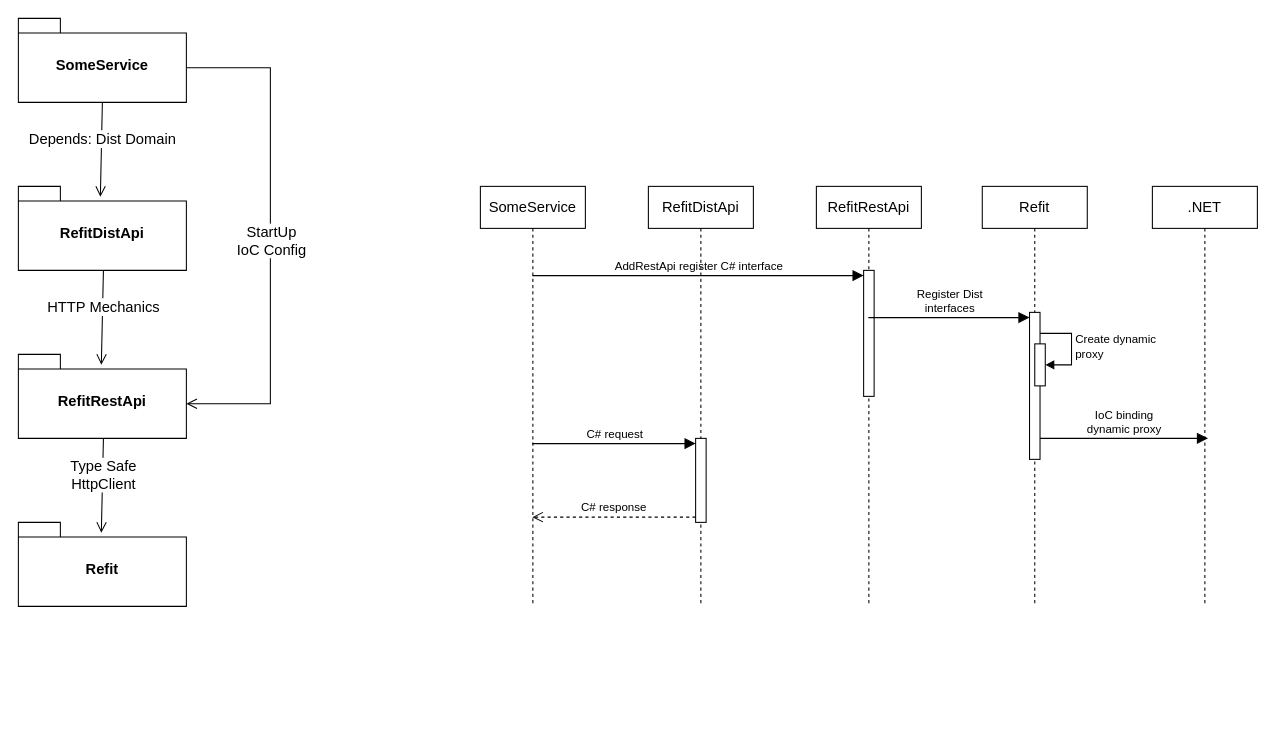
This is Untitled Diagram.drawio from lrskyum/Blazing, a draw.io file, before an edit. Source tidied: cells renumbered, new cells numbered last; positions are measured from the earlier drawing's top-left corner, leaving out a move shared by most shapes. Both pictures are drawn from the tidied source at 105%, with x=0, y=0 at pixel (18, 18).
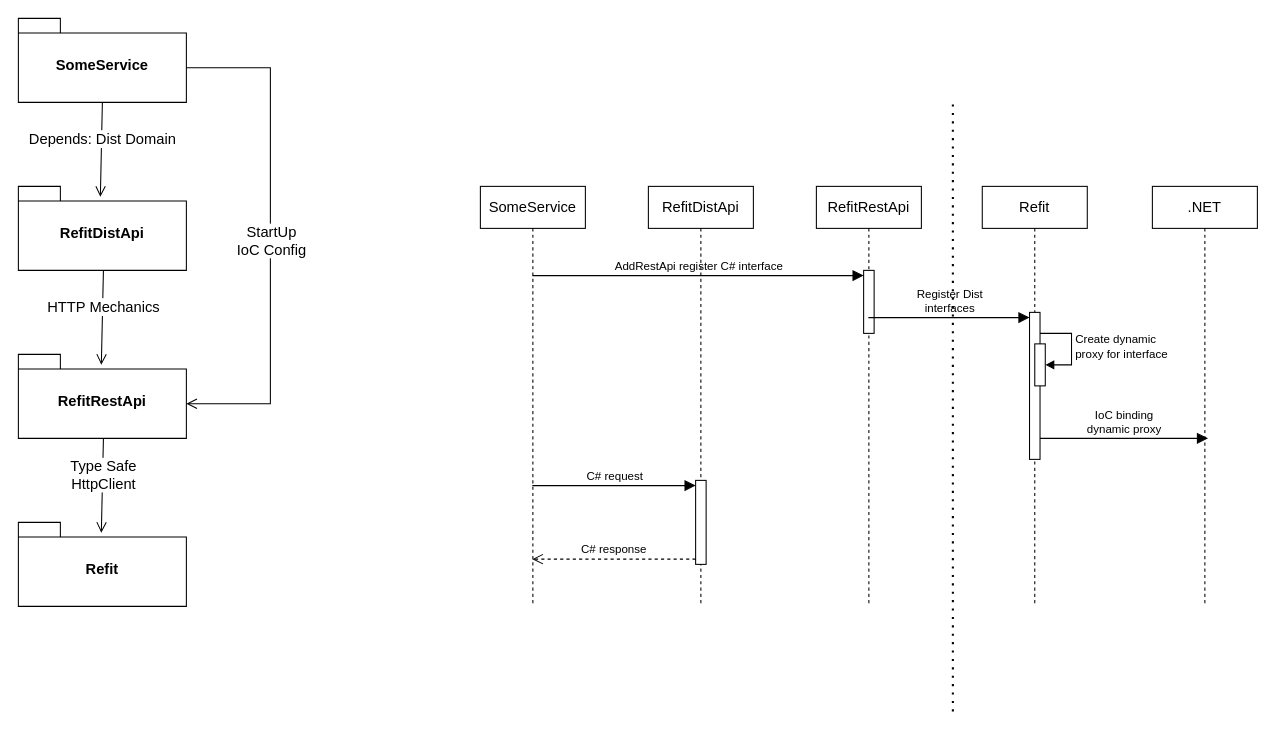
After the change.

The change refers to these unchanged cells:
```xml
<mxCell id="12" value="RefitDistApi" style="shape=umlLifeline;perimeter=lifelinePerimeter;whiteSpace=wrap;html=1;newEdgeStyle={&quot;curved&quot;:0,&quot;rounded&quot;:0};fontFamily=Helvetica;fontSize=14;fontColor=default;labelBackgroundColor=none;" parent="1" vertex="1">
  <mxGeometry x="600" y="160" width="100" height="400" as="geometry" />
</mxCell>
<mxCell id="16" value="RefitRestApi" style="shape=umlLifeline;perimeter=lifelinePerimeter;whiteSpace=wrap;html=1;outlineConnect=0;portConstraint=eastwest;newEdgeStyle={&quot;curved&quot;:0,&quot;rounded&quot;:0};fontFamily=Helvetica;fontSize=14;fontColor=default;labelBackgroundColor=none;" parent="1" vertex="1">
  <mxGeometry x="760" y="160" width="100" height="400" as="geometry" />
</mxCell>
<mxCell id="19" value="Refit" style="shape=umlLifeline;perimeter=lifelinePerimeter;whiteSpace=wrap;html=1;newEdgeStyle={&quot;curved&quot;:0,&quot;rounded&quot;:0};fontFamily=Helvetica;fontSize=14;fontColor=default;labelBackgroundColor=none;" parent="1" vertex="1">
  <mxGeometry x="918" y="160" width="100" height="400" as="geometry" />
</mxCell>
<mxCell id="21" style="html=1;points=[[0,0,0,0,5],[0,1,0,0,-5],[1,0,0,0,5],[1,1,0,0,-5]];perimeter=orthogonalPerimeter;outlineConnect=0;targetShapes=umlLifeline;portConstraint=eastwest;newEdgeStyle={&quot;curved&quot;:0,&quot;rounded&quot;:0};" parent="19" vertex="1">
  <mxGeometry x="50" y="150" width="10" height="40" as="geometry" />
</mxCell>
```

The edit, as a diff of the source:
```diff
@@
     <mxCell id="13" style="html=1;points=[[0,0,0,0,5],[0,1,0,0,-5],[1,0,0,0,5],[1,1,0,0,-5]];perimeter=orthogonalPerimeter;outlineConnect=0;targetShapes=umlLifeline;portConstraint=eastwest;newEdgeStyle={&quot;curved&quot;:0,&quot;rounded&quot;:0};fontFamily=Helvetica;fontSize=11;fontColor=default;labelBackgroundColor=none;" parent="12" vertex="1">
-      <mxGeometry x="45" y="240" width="10" height="80" as="geometry" />
+      <mxGeometry x="45" y="280" width="10" height="80" as="geometry" />
     </mxCell>
     <mxCell id="14" value="C# request" style="html=1;verticalAlign=bottom;endArrow=block;curved=0;rounded=0;entryX=0;entryY=0;entryDx=0;entryDy=5;strokeColor=default;strokeWidth=1;align=center;fontFamily=Helvetica;fontSize=11;fontColor=default;labelBackgroundColor=none;endSize=8;" parent="12" edge="1" target="13">
       <mxGeometry relative="1" as="geometry">
-        <mxPoint x="-110.5" y="245" as="sourcePoint" />
+        <mxPoint x="-110.5" y="285" as="sourcePoint" />
       </mxGeometry>
     </mxCell>
     <mxCell id="15" value="C# response" style="html=1;verticalAlign=bottom;endArrow=open;dashed=1;endSize=8;curved=0;rounded=0;exitX=0;exitY=1;exitDx=0;exitDy=-5;strokeColor=default;strokeWidth=1;align=center;fontFamily=Helvetica;fontSize=11;fontColor=default;labelBackgroundColor=none;" parent="12" edge="1" source="13">
       <mxGeometry relative="1" as="geometry">
-        <mxPoint x="-110.5" y="315" as="targetPoint" />
+        <mxPoint x="-110.5" y="355" as="targetPoint" />
       </mxGeometry>
     </mxCell>
@@
     <mxCell id="17" style="html=1;points=[[0,0,0,0,5],[0,1,0,0,-5],[1,0,0,0,5],[1,1,0,0,-5]];perimeter=orthogonalPerimeter;outlineConnect=0;targetShapes=umlLifeline;portConstraint=eastwest;newEdgeStyle={&quot;curved&quot;:0,&quot;rounded&quot;:0};fontFamily=Helvetica;fontSize=11;fontColor=default;labelBackgroundColor=none;" parent="16" vertex="1">
-      <mxGeometry x="45" y="80" width="10" height="120" as="geometry" />
+      <mxGeometry x="45" y="80" width="10" height="60" as="geometry" />
     </mxCell>
@@
-    <mxCell id="22" value="&lt;div&gt;Create dynamic&lt;/div&gt;&lt;div&gt;proxy&lt;br&gt;&lt;/div&gt;" style="html=1;align=left;spacingLeft=2;endArrow=block;rounded=0;edgeStyle=orthogonalEdgeStyle;curved=0;rounded=0;" parent="19" edge="1" target="21">
+    <mxCell id="22" value="&lt;div&gt;Create dynamic&lt;/div&gt;&lt;div&gt;proxy for interface&lt;br&gt;&lt;/div&gt;" style="html=1;align=left;spacingLeft=2;endArrow=block;rounded=0;edgeStyle=orthogonalEdgeStyle;curved=0;rounded=0;" parent="19" edge="1" target="21">
       <mxGeometry relative="1" as="geometry">
         <mxPoint x="55" y="140" as="sourcePoint" />
         <Array as="points">
           <mxPoint x="85" y="170" />
         </Array>
       </mxGeometry>
     </mxCell>
@@
+    <mxCell id="29" style="endArrow=none;dashed=1;html=1;dashPattern=1 3;strokeWidth=2;rounded=0;" parent="1" edge="1">
+      <mxGeometry relative="1" as="geometry">
+        <mxPoint x="890" y="660" as="sourcePoint" />
+        <mxPoint x="890" y="80" as="targetPoint" />
+      </mxGeometry>
+    </mxCell>
```
